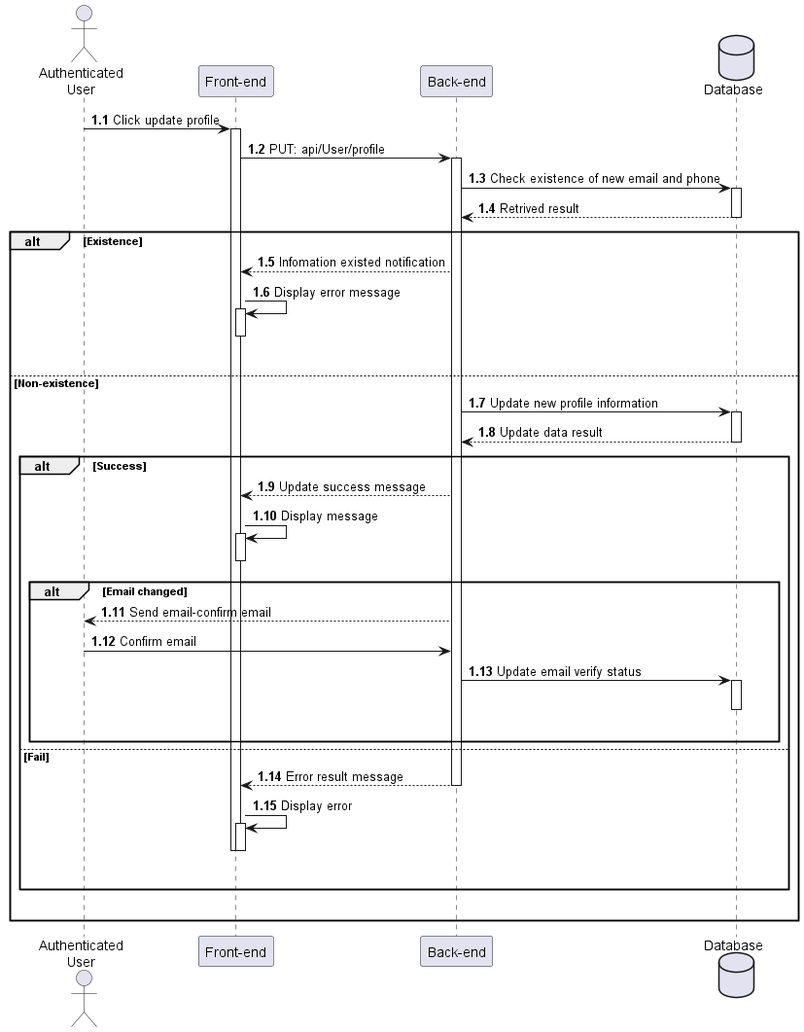
This is out/Sequences_diagrams/UpdateProfile/UpdateProfile.png from HTPhong-276/iCoaching-Diagrams, a PlantUML export, as it was before one commit. Source of this version:
```plantuml
@startuml UpdateProfile
actor "Authenticated\nUser" as user
participant "Front-end" as client
participant "Back-end" as server
database "Database" as db

autonumber 1.1 "<b>0:"

user -> client++ : Click update profile
client -> server++ : PUT: api/User/profile
server -> db++ : Check existence of new email and phone
db --> server : Retrived result
deactivate

alt Existence
    server --> client : Infomation existed notification
    client -> client++ : Display error message
    deactivate
    |||
else Non-existence
    server -> db++ : Update new profile information
    db --> server : Update data result
    deactivate

    alt Success
        server --> client : Update success message
        client -> client++ : Display message
        deactivate

        alt Email changed
            server --> user : Send email-confirm email
            user -> server : Confirm email
            server -> db++ : Update email verify status
            deactivate
            |||
        end

    else Fail
        server --> client : Error result message
        deactivate
        client -> client++ : Display error
        deactivate
        deactivate
        |||
    end

    |||
end
@enduml
```
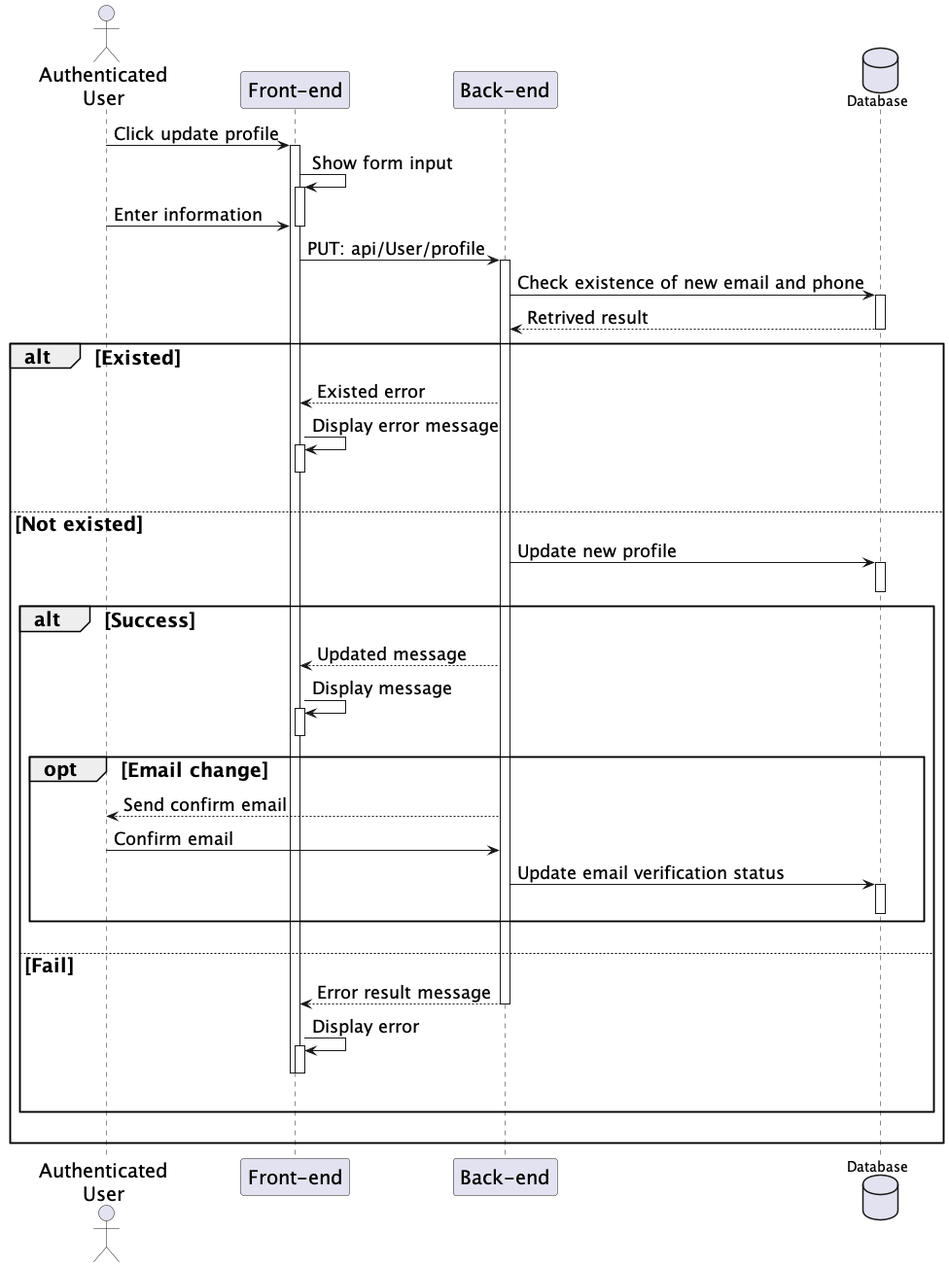
The same diagram one commit later.

Change to the diagram source:
```diff
@@ -1,40 +1,47 @@
 @startuml UpdateProfile
+skinparam sequenceGroupFontSize 20
+skinparam sequenceGroupHeaderFontSize 20
+skinparam sequence {
+    ParticipantFontSize 20
+    ActorFontSize 20
+    DatabaseFontSize 20
+    ArrowFontSize 18
+}
 actor "Authenticated\nUser" as user
 participant "Front-end" as client
 participant "Back-end" as server
 database "Database" as db
 
-autonumber 1.1 "<b>0:"
-
 user -> client++ : Click update profile
+client -> client++: Show form input
+user -> client: Enter information
+deactivate
 client -> server++ : PUT: api/User/profile
 server -> db++ : Check existence of new email and phone
 db --> server : Retrived result
 deactivate
 
-alt Existence
-    server --> client : Infomation existed notification
+alt Existed
+    server --> client : Existed error
     client -> client++ : Display error message
     deactivate
     |||
-else Non-existence
-    server -> db++ : Update new profile information
-    db --> server : Update data result
+else Not existed
+    server -> db++ : Update new profile
     deactivate
 
     alt Success
-        server --> client : Update success message
+        server --> client : Updated message
         client -> client++ : Display message
         deactivate
 
-        alt Email changed
-            server --> user : Send email-confirm email
+        opt Email change
+            server --> user : Send confirm email
             user -> server : Confirm email
-            server -> db++ : Update email verify status
+            server -> db++ : Update email verification status
             deactivate
-            |||
         end
-
+        |||
     else Fail
         server --> client : Error result message
         deactivate
```
